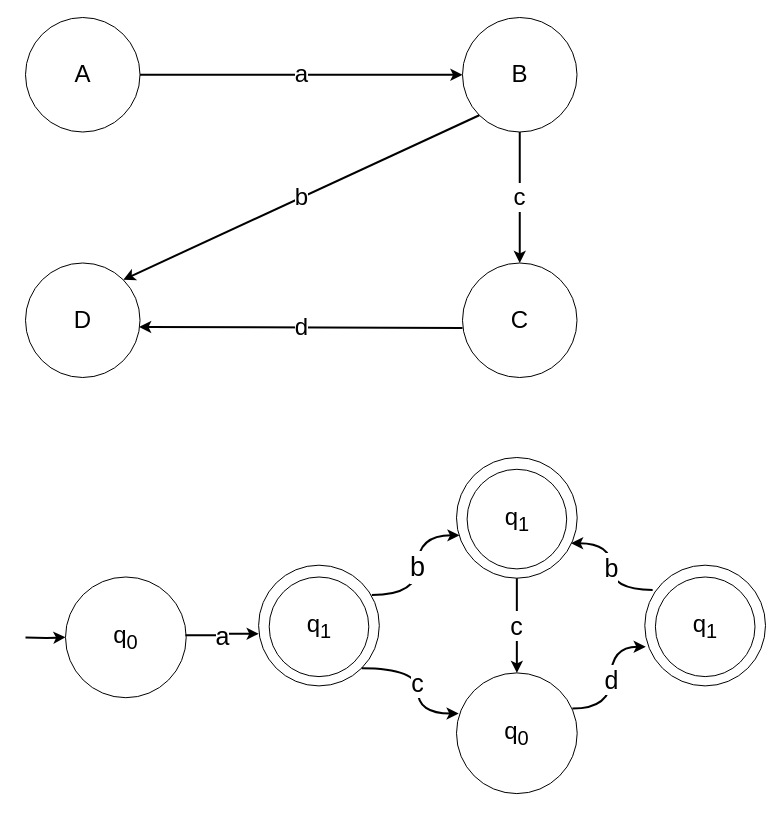
Earlier version of the draw.io diagram thesisdrawing.drawio (olliglorioso/datasets). Source tidied: cells renumbered, new cells numbered last; positions are measured from the earlier drawing's top-left corner, leaving out a move shared by most shapes. Both pictures are drawn from the tidied source at 100%, with x=0, y=0 at pixel (25, 17).
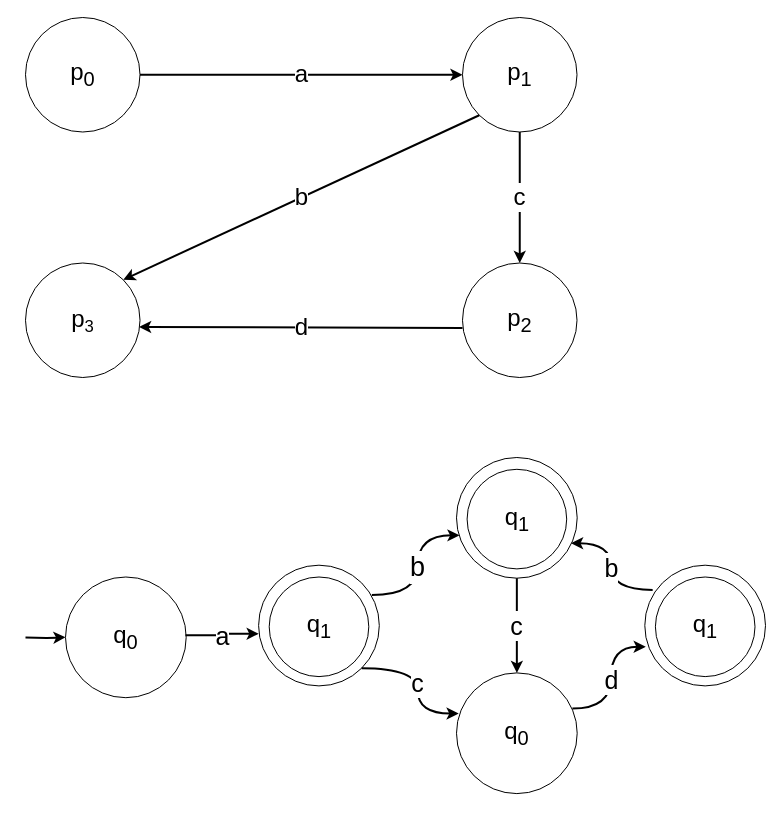
The same diagram, later.

Unchanged cells that the change refers to:
```xml
<mxCell id="2" style="group;" parent="1" vertex="1">
  <mxGeometry width="570" height="360" as="geometry" />
</mxCell>
```

What changed in the source:
```diff
@@
-    <mxCell id="3" value="&lt;span style=&quot;font-size: 24px;&quot;&gt;A&lt;/span&gt;" style="ellipse;whiteSpace=wrap;html=1;" parent="2" vertex="1">
+    <mxCell id="3" value="&lt;span style=&quot;font-size: 24px;&quot;&gt;p&lt;sub&gt;0&lt;/sub&gt;&lt;/span&gt;" style="ellipse;whiteSpace=wrap;html=1;" parent="2" vertex="1">
       <mxGeometry width="114.5" height="114.5" as="geometry" />
     </mxCell>
-    <mxCell id="4" value="&lt;span style=&quot;font-size: 24px;&quot;&gt;B&lt;/span&gt;" style="ellipse;whiteSpace=wrap;html=1;" parent="2" vertex="1">
+    <mxCell id="4" value="&lt;span style=&quot;font-size: 24px;&quot;&gt;p&lt;sub&gt;1&lt;/sub&gt;&lt;/span&gt;" style="ellipse;whiteSpace=wrap;html=1;" parent="2" vertex="1">
       <mxGeometry x="437" width="114.5" height="114.5" as="geometry" />
     </mxCell>
-    <mxCell id="5" value="&lt;span style=&quot;font-size: 24px;&quot;&gt;C&lt;/span&gt;" style="ellipse;whiteSpace=wrap;html=1;" parent="2" vertex="1">
+    <mxCell id="5" value="&lt;span style=&quot;font-size: 24px;&quot;&gt;p&lt;sub&gt;2&lt;/sub&gt;&lt;/span&gt;" style="ellipse;whiteSpace=wrap;html=1;" parent="2" vertex="1">
       <mxGeometry x="437" y="245.5" width="114.5" height="114.5" as="geometry" />
     </mxCell>
-    <mxCell id="6" value="&lt;span style=&quot;font-size: 24px;&quot;&gt;D&lt;/span&gt;" style="ellipse;whiteSpace=wrap;html=1;" parent="2" vertex="1">
+    <mxCell id="6" value="&lt;span style=&quot;font-size: 24px;&quot;&gt;p&lt;/span&gt;&lt;span style=&quot;font-size: 20px;&quot;&gt;&lt;sub&gt;3&lt;/sub&gt;&lt;/span&gt;" style="ellipse;whiteSpace=wrap;html=1;" parent="2" vertex="1">
       <mxGeometry y="245.5" width="114.5" height="114.5" as="geometry" />
     </mxCell>
```
